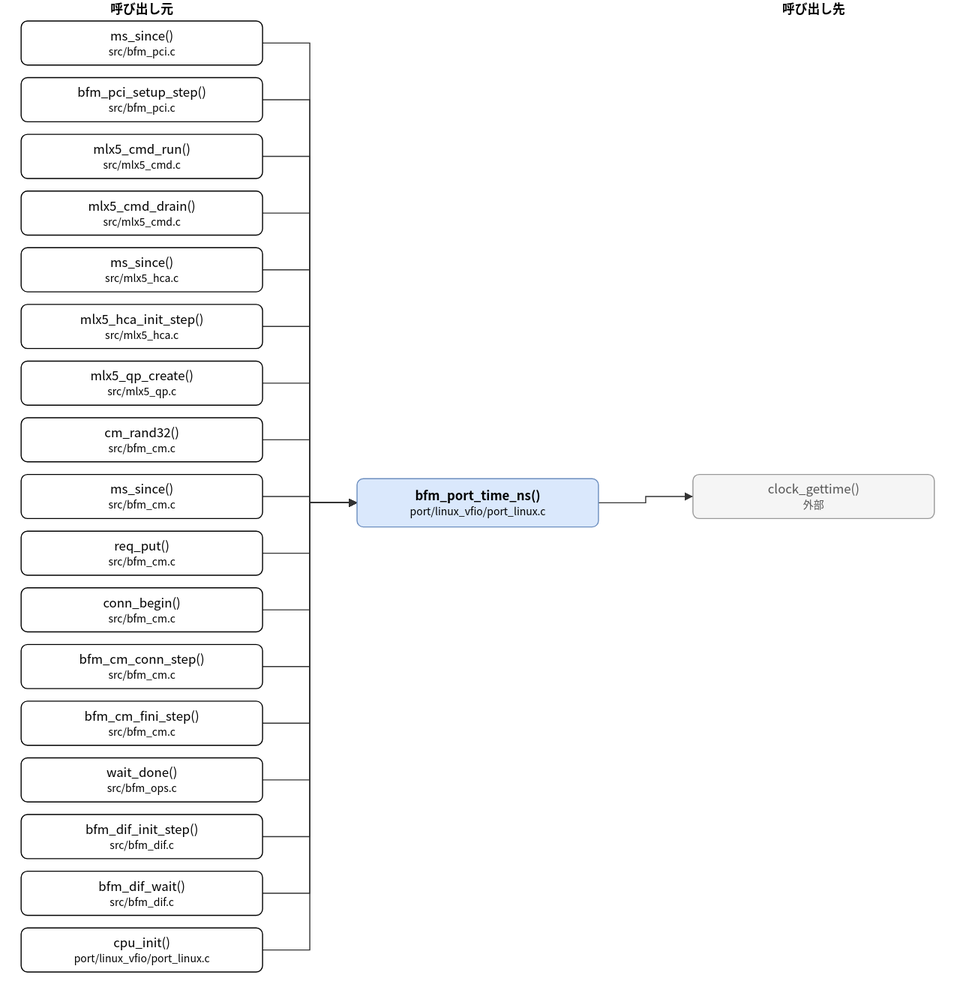
Earlier version of the draw.io export doc/spec/images/call_port_linux_vfio_port_linux-bfm_port_time_ns.drawio.svg (hf355051012-ai/bfmem). Source tidied: cells renumbered, new cells last; positions are measured from the earlier drawing's top-left corner, leaving out a move shared by most shapes.
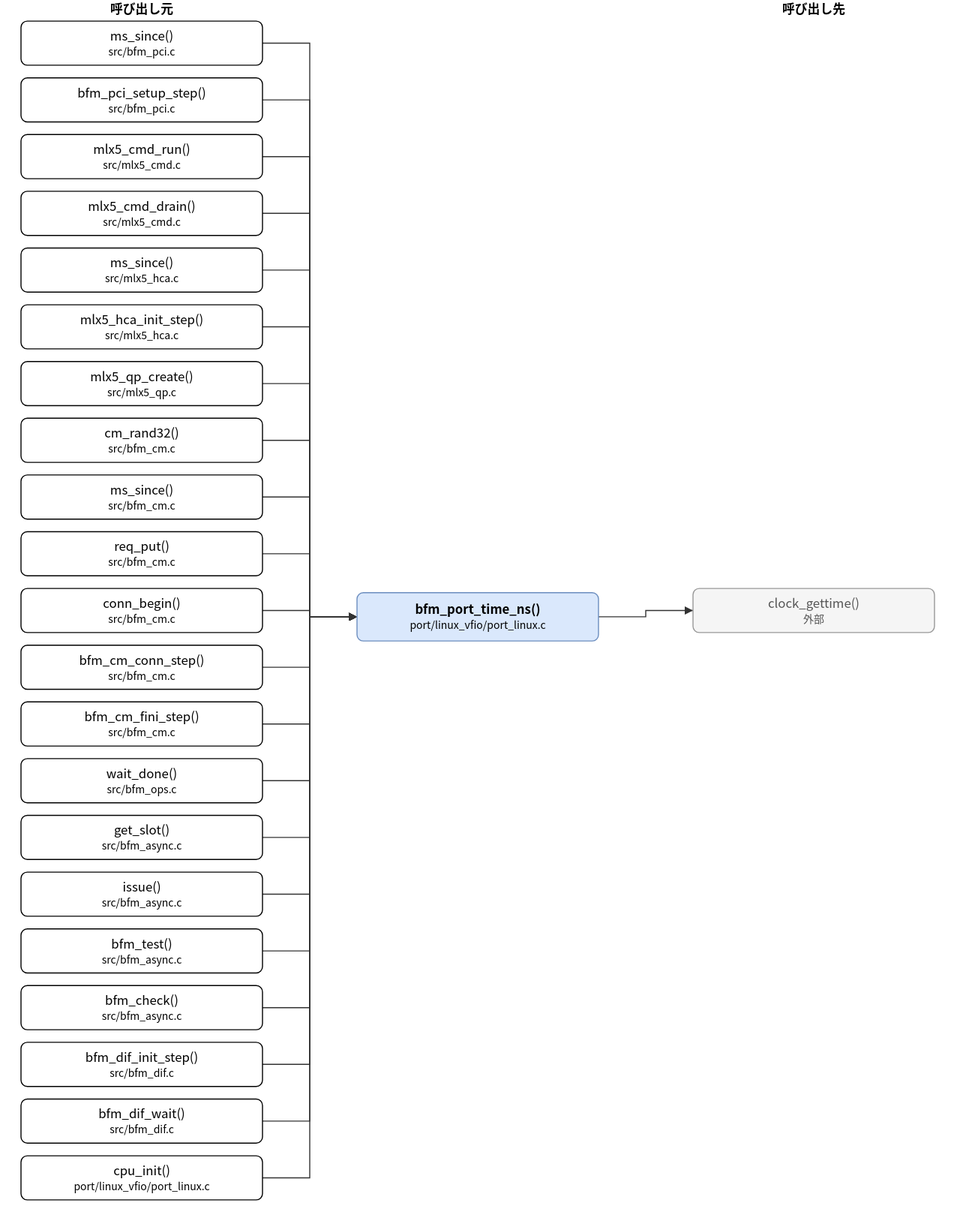
The same diagram one commit later.

The edit, as a diff of the source:
```diff
@@ -3,7 +3,7 @@
     <mxCell id="0" />
     <mxCell id="1" parent="0" />
     <mxCell id="2" value="bfm_port_time_ns()&lt;br&gt;&lt;font style=&quot;font-size:10px&quot;&gt;port/linux_vfio/port_linux.c&lt;/font&gt;" style="rounded=1;whiteSpace=wrap;html=1;fillColor=#dae8fc;strokeColor=#6c8ebf;fontStyle=1;" parent="1" vertex="1">
-      <mxGeometry x="320" y="456" width="230" height="46" as="geometry" />
+      <mxGeometry x="320" y="564" width="230" height="46" as="geometry" />
     </mxCell>
     <mxCell id="3" value="ms_since()&lt;br&gt;&lt;font style=&quot;font-size:10px&quot;&gt;src/bfm_pci.c&lt;/font&gt;" style="rounded=1;whiteSpace=wrap;html=1;" parent="1" vertex="1">
       <mxGeometry y="20" width="230" height="42" as="geometry" />
@@ -47,23 +47,35 @@
     <mxCell id="16" value="wait_done()&lt;br&gt;&lt;font style=&quot;font-size:10px&quot;&gt;src/bfm_ops.c&lt;/font&gt;" style="rounded=1;whiteSpace=wrap;html=1;" parent="1" vertex="1">
       <mxGeometry y="722" width="230" height="42" as="geometry" />
     </mxCell>
-    <mxCell id="17" value="bfm_dif_init_step()&lt;br&gt;&lt;font style=&quot;font-size:10px&quot;&gt;src/bfm_dif.c&lt;/font&gt;" style="rounded=1;whiteSpace=wrap;html=1;" parent="1" vertex="1">
+    <mxCell id="17" value="get_slot()&lt;br&gt;&lt;font style=&quot;font-size:10px&quot;&gt;src/bfm_async.c&lt;/font&gt;" style="rounded=1;whiteSpace=wrap;html=1;" parent="1" vertex="1">
       <mxGeometry y="776" width="230" height="42" as="geometry" />
     </mxCell>
-    <mxCell id="18" value="bfm_dif_wait()&lt;br&gt;&lt;font style=&quot;font-size:10px&quot;&gt;src/bfm_dif.c&lt;/font&gt;" style="rounded=1;whiteSpace=wrap;html=1;" parent="1" vertex="1">
+    <mxCell id="18" value="issue()&lt;br&gt;&lt;font style=&quot;font-size:10px&quot;&gt;src/bfm_async.c&lt;/font&gt;" style="rounded=1;whiteSpace=wrap;html=1;" parent="1" vertex="1">
       <mxGeometry y="830" width="230" height="42" as="geometry" />
     </mxCell>
-    <mxCell id="19" value="cpu_init()&lt;br&gt;&lt;font style=&quot;font-size:10px&quot;&gt;port/linux_vfio/port_linux.c&lt;/font&gt;" style="rounded=1;whiteSpace=wrap;html=1;" parent="1" vertex="1">
+    <mxCell id="19" value="bfm_test()&lt;br&gt;&lt;font style=&quot;font-size:10px&quot;&gt;src/bfm_async.c&lt;/font&gt;" style="rounded=1;whiteSpace=wrap;html=1;" parent="1" vertex="1">
       <mxGeometry y="884" width="230" height="42" as="geometry" />
     </mxCell>
+    <mxCell id="41" value="bfm_check()&lt;br&gt;&lt;font style=&quot;font-size:10px&quot;&gt;src/bfm_async.c&lt;/font&gt;" style="rounded=1;whiteSpace=wrap;html=1;" parent="1" vertex="1">
+      <mxGeometry y="938" width="230" height="42" as="geometry" />
+    </mxCell>
+    <mxCell id="42" value="bfm_dif_init_step()&lt;br&gt;&lt;font style=&quot;font-size:10px&quot;&gt;src/bfm_dif.c&lt;/font&gt;" style="rounded=1;whiteSpace=wrap;html=1;" parent="1" vertex="1">
+      <mxGeometry y="992" width="230" height="42" as="geometry" />
+    </mxCell>
+    <mxCell id="43" value="bfm_dif_wait()&lt;br&gt;&lt;font style=&quot;font-size:10px&quot;&gt;src/bfm_dif.c&lt;/font&gt;" style="rounded=1;whiteSpace=wrap;html=1;" parent="1" vertex="1">
+      <mxGeometry y="1046" width="230" height="42" as="geometry" />
+    </mxCell>
+    <mxCell id="44" value="cpu_init()&lt;br&gt;&lt;font style=&quot;font-size:10px&quot;&gt;port/linux_vfio/port_linux.c&lt;/font&gt;" style="rounded=1;whiteSpace=wrap;html=1;" parent="1" vertex="1">
+      <mxGeometry y="1100" width="230" height="42" as="geometry" />
+    </mxCell>
     <mxCell id="20" value="clock_gettime()&lt;br&gt;&lt;font style=&quot;font-size:10px&quot;&gt;外部&lt;/font&gt;" style="rounded=1;whiteSpace=wrap;html=1;fillColor=#f5f5f5;strokeColor=#999999;fontColor=#555555;" parent="1" vertex="1">
-      <mxGeometry x="640" y="452" width="230" height="42" as="geometry" />
+      <mxGeometry x="640" y="560" width="230" height="42" as="geometry" />
     </mxCell>
     <mxCell id="21" style="edgeStyle=none;html=1;rounded=0;endArrow=block;endFill=1;exitX=1.0000;exitY=0.5000;exitDx=0;exitDy=0;exitPerimeter=0;entryX=0.0000;entryY=0.5000;entryDx=0;entryDy=0;entryPerimeter=0;" parent="1" edge="1" source="3" target="2">
       <mxGeometry relative="1" as="geometry">
         <Array as="points">
           <mxPoint x="275" y="41" />
-          <mxPoint x="275" y="479" />
+          <mxPoint x="275" y="587" />
         </Array>
       </mxGeometry>
     </mxCell>
@@ -71,7 +83,7 @@
       <mxGeometry relative="1" as="geometry">
         <Array as="points">
           <mxPoint x="275" y="95" />
-          <mxPoint x="275" y="479" />
+          <mxPoint x="275" y="587" />
         </Array>
       </mxGeometry>
     </mxCell>
@@ -79,7 +91,7 @@
       <mxGeometry relative="1" as="geometry">
         <Array as="points">
           <mxPoint x="275" y="149" />
-          <mxPoint x="275" y="479" />
+          <mxPoint x="275" y="587" />
         </Array>
       </mxGeometry>
     </mxCell>
@@ -87,7 +99,7 @@
       <mxGeometry relative="1" as="geometry">
         <Array as="points">
           <mxPoint x="275" y="203" />
-          <mxPoint x="275" y="479" />
+          <mxPoint x="275" y="587" />
         </Array>
       </mxGeometry>
     </mxCell>
@@ -95,7 +107,7 @@
       <mxGeometry relative="1" as="geometry">
         <Array as="points">
           <mxPoint x="275" y="257" />
-          <mxPoint x="275" y="479" />
+          <mxPoint x="275" y="587" />
         </Array>
       </mxGeometry>
     </mxCell>
@@ -103,7 +115,7 @@
       <mxGeometry relative="1" as="geometry">
         <Array as="points">
           <mxPoint x="275" y="311" />
-          <mxPoint x="275" y="479" />
+          <mxPoint x="275" y="587" />
         </Array>
       </mxGeometry>
     </mxCell>
@@ -111,7 +123,7 @@
       <mxGeometry relative="1" as="geometry">
         <Array as="points">
           <mxPoint x="275" y="365" />
-          <mxPoint x="275" y="479" />
+          <mxPoint x="275" y="587" />
         </Array>
       </mxGeometry>
     </mxCell>
@@ -119,7 +131,7 @@
       <mxGeometry relative="1" as="geometry">
         <Array as="points">
           <mxPoint x="275" y="419" />
-          <mxPoint x="275" y="479" />
+          <mxPoint x="275" y="587" />
         </Array>
       </mxGeometry>
     </mxCell>
@@ -127,7 +139,7 @@
       <mxGeometry relative="1" as="geometry">
         <Array as="points">
           <mxPoint x="275" y="473" />
-          <mxPoint x="275" y="479" />
+          <mxPoint x="275" y="587" />
         </Array>
       </mxGeometry>
     </mxCell>
@@ -135,7 +147,7 @@
       <mxGeometry relative="1" as="geometry">
         <Array as="points">
           <mxPoint x="275" y="527" />
-          <mxPoint x="275" y="479" />
+          <mxPoint x="275" y="587" />
         </Array>
       </mxGeometry>
     </mxCell>
@@ -143,7 +155,7 @@
       <mxGeometry relative="1" as="geometry">
         <Array as="points">
           <mxPoint x="275" y="581" />
-          <mxPoint x="275" y="479" />
+          <mxPoint x="275" y="587" />
         </Array>
       </mxGeometry>
     </mxCell>
@@ -151,7 +163,7 @@
       <mxGeometry relative="1" as="geometry">
         <Array as="points">
           <mxPoint x="275" y="635" />
-          <mxPoint x="275" y="479" />
+          <mxPoint x="275" y="587" />
         </Array>
       </mxGeometry>
     </mxCell>
@@ -159,7 +171,7 @@
       <mxGeometry relative="1" as="geometry">
         <Array as="points">
           <mxPoint x="275" y="689" />
-          <mxPoint x="275" y="479" />
+          <mxPoint x="275" y="587" />
         </Array>
       </mxGeometry>
     </mxCell>
@@ -167,7 +179,7 @@
       <mxGeometry relative="1" as="geometry">
         <Array as="points">
           <mxPoint x="275" y="743" />
-          <mxPoint x="275" y="479" />
+          <mxPoint x="275" y="587" />
         </Array>
       </mxGeometry>
     </mxCell>
@@ -175,7 +187,7 @@
       <mxGeometry relative="1" as="geometry">
         <Array as="points">
           <mxPoint x="275" y="797" />
-          <mxPoint x="275" y="479" />
+          <mxPoint x="275" y="587" />
         </Array>
       </mxGeometry>
     </mxCell>
@@ -183,7 +195,7 @@
       <mxGeometry relative="1" as="geometry">
         <Array as="points">
           <mxPoint x="275" y="851" />
-          <mxPoint x="275" y="479" />
+          <mxPoint x="275" y="587" />
         </Array>
       </mxGeometry>
     </mxCell>
@@ -191,18 +203,50 @@
       <mxGeometry relative="1" as="geometry">
         <Array as="points">
           <mxPoint x="275" y="905" />
-          <mxPoint x="275" y="479" />
+          <mxPoint x="275" y="587" />
         </Array>
       </mxGeometry>
     </mxCell>
-    <mxCell id="38" style="edgeStyle=none;html=1;rounded=0;endArrow=block;endFill=1;exitX=1.0000;exitY=0.5000;exitDx=0;exitDy=0;exitPerimeter=0;entryX=0.0000;entryY=0.5000;entryDx=0;entryDy=0;entryPerimeter=0;" parent="1" edge="1" source="2" target="20">
+    <mxCell id="38" style="edgeStyle=none;html=1;rounded=0;endArrow=block;endFill=1;exitX=1.0000;exitY=0.5000;exitDx=0;exitDy=0;exitPerimeter=0;entryX=0.0000;entryY=0.5000;entryDx=0;entryDy=0;entryPerimeter=0;" parent="1" edge="1" source="41" target="2">
       <mxGeometry relative="1" as="geometry">
         <Array as="points">
-          <mxPoint x="595" y="479" />
-          <mxPoint x="595" y="473" />
+          <mxPoint x="275" y="959" />
+          <mxPoint x="275" y="587" />
         </Array>
       </mxGeometry>
     </mxCell>
+    <mxCell id="45" style="edgeStyle=none;html=1;rounded=0;endArrow=block;endFill=1;exitX=1.0000;exitY=0.5000;exitDx=0;exitDy=0;exitPerimeter=0;entryX=0.0000;entryY=0.5000;entryDx=0;entryDy=0;entryPerimeter=0;" parent="1" edge="1" source="42" target="2">
+      <mxGeometry relative="1" as="geometry">
+        <Array as="points">
+          <mxPoint x="275" y="1013" />
+          <mxPoint x="275" y="587" />
+        </Array>
+      </mxGeometry>
+    </mxCell>
+    <mxCell id="46" style="edgeStyle=none;html=1;rounded=0;endArrow=block;endFill=1;exitX=1.0000;exitY=0.5000;exitDx=0;exitDy=0;exitPerimeter=0;entryX=0.0000;entryY=0.5000;entryDx=0;entryDy=0;entryPerimeter=0;" parent="1" edge="1" source="43" target="2">
+      <mxGeometry relative="1" as="geometry">
+        <Array as="points">
+          <mxPoint x="275" y="1067" />
+          <mxPoint x="275" y="587" />
+        </Array>
+      </mxGeometry>
+    </mxCell>
+    <mxCell id="47" style="edgeStyle=none;html=1;rounded=0;endArrow=block;endFill=1;exitX=1.0000;exitY=0.5000;exitDx=0;exitDy=0;exitPerimeter=0;entryX=0.0000;entryY=0.5000;entryDx=0;entryDy=0;entryPerimeter=0;" parent="1" edge="1" source="44" target="2">
+      <mxGeometry relative="1" as="geometry">
+        <Array as="points">
+          <mxPoint x="275" y="1121" />
+          <mxPoint x="275" y="587" />
+        </Array>
+      </mxGeometry>
+    </mxCell>
+    <mxCell id="48" style="edgeStyle=none;html=1;rounded=0;endArrow=block;endFill=1;exitX=1.0000;exitY=0.5000;exitDx=0;exitDy=0;exitPerimeter=0;entryX=0.0000;entryY=0.5000;entryDx=0;entryDy=0;entryPerimeter=0;" parent="1" edge="1" source="2" target="20">
+      <mxGeometry relative="1" as="geometry">
+        <Array as="points">
+          <mxPoint x="595" y="587" />
+          <mxPoint x="595" y="581" />
+        </Array>
+      </mxGeometry>
+    </mxCell>
     <mxCell id="39" value="呼び出し元" style="text;html=1;align=center;fontStyle=1;" parent="1" vertex="1">
       <mxGeometry x="35" width="160" height="18" as="geometry" />
     </mxCell>
```
